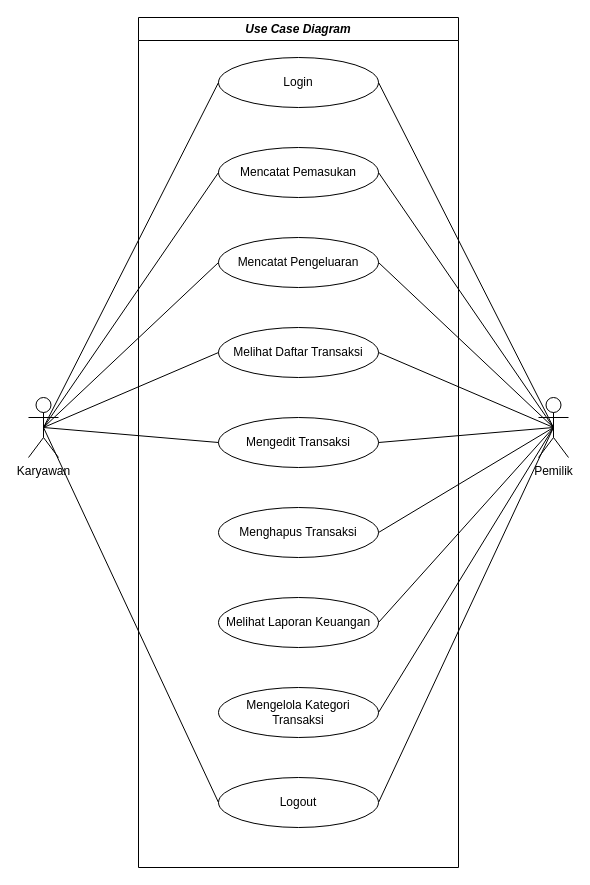
This is page "Use Case" (1 of 3) of Doc/UML/Untitled Diagram.drawio from gustitriprayoga/sistem-stok-barang-niskala, a draw.io file, before an edit. Source tidied: cells renumbered, new cells numbered last; positions are measured from the earlier drawing's top-left corner, leaving out a move shared by most shapes. Both pictures are drawn from the tidied source at 100%, with x=0, y=0 at pixel (28, 17).
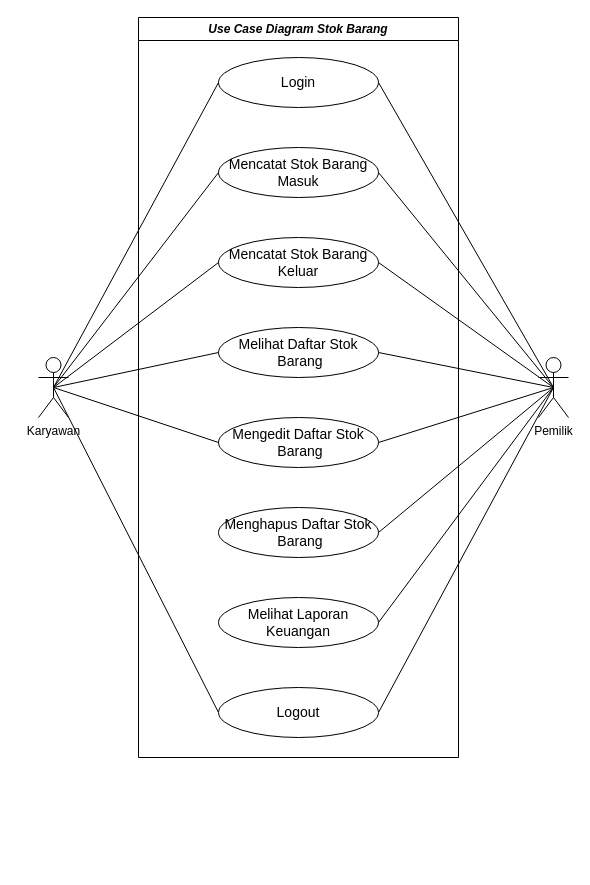
The same page after the edit.

What changed in the source:
```diff
@@
-    <mxCell id="2" value="Login" style="ellipse;whiteSpace=wrap;html=1;" parent="1" vertex="1">
+    <mxCell id="2" value="Login" style="ellipse;whiteSpace=wrap;html=1;fontSize=14;" parent="1" vertex="1">
       <mxGeometry x="190" y="40" width="160" height="50" as="geometry" />
     </mxCell>
-    <mxCell id="3" value="Mencatat Pemasukan" style="ellipse;whiteSpace=wrap;html=1;" parent="1" vertex="1">
+    <mxCell id="3" value="Mencatat Stok Barang&lt;div&gt;Masuk&lt;/div&gt;" style="ellipse;whiteSpace=wrap;html=1;fontSize=14;" parent="1" vertex="1">
       <mxGeometry x="190" y="130" width="160" height="50" as="geometry" />
     </mxCell>
-    <mxCell id="4" value="Mencatat Pengeluaran" style="ellipse;whiteSpace=wrap;html=1;" parent="1" vertex="1">
+    <mxCell id="4" value="Mencatat Stok Barang&lt;div&gt;Keluar&lt;/div&gt;" style="ellipse;whiteSpace=wrap;html=1;fontSize=14;" parent="1" vertex="1">
       <mxGeometry x="190" y="220" width="160" height="50" as="geometry" />
     </mxCell>
-    <mxCell id="5" value="Melihat Daftar Transaksi" style="ellipse;whiteSpace=wrap;html=1;" parent="1" vertex="1">
+    <mxCell id="5" value="Melihat Daftar Stok&lt;div&gt;&amp;nbsp;Barang&lt;/div&gt;" style="ellipse;whiteSpace=wrap;html=1;fontSize=14;" parent="1" vertex="1">
       <mxGeometry x="190" y="310" width="160" height="50" as="geometry" />
     </mxCell>
-    <mxCell id="6" value="Mengedit Transaksi" style="ellipse;whiteSpace=wrap;html=1;" parent="1" vertex="1">
+    <mxCell id="6" value="Mengedit Daftar Stok&lt;div&gt;&amp;nbsp;Barang&lt;/div&gt;" style="ellipse;whiteSpace=wrap;html=1;fontSize=14;" parent="1" vertex="1">
       <mxGeometry x="190" y="400" width="160" height="50" as="geometry" />
     </mxCell>
-    <mxCell id="7" value="Menghapus Transaksi" style="ellipse;whiteSpace=wrap;html=1;" parent="1" vertex="1">
+    <mxCell id="7" value="Menghapus Daftar Stok&lt;div&gt;&amp;nbsp;Barang&lt;/div&gt;" style="ellipse;whiteSpace=wrap;html=1;fontSize=14;" parent="1" vertex="1">
       <mxGeometry x="190" y="490" width="160" height="50" as="geometry" />
     </mxCell>
-    <mxCell id="8" value="Melihat Laporan Keuangan" style="ellipse;whiteSpace=wrap;html=1;" parent="1" vertex="1">
+    <mxCell id="8" value="Melihat Laporan Keuangan" style="ellipse;whiteSpace=wrap;html=1;fontSize=14;" parent="1" vertex="1">
       <mxGeometry x="190" y="580" width="160" height="50" as="geometry" />
     </mxCell>
-    <mxCell id="9" value="Mengelola Kategori Transaksi" style="ellipse;whiteSpace=wrap;html=1;" parent="1" vertex="1">
-      <mxGeometry x="190" y="670" width="160" height="50" as="geometry" />
-    </mxCell>
@@
     <mxCell id="16" value="Karyawan" style="shape=umlActor;verticalLabelPosition=bottom;verticalAlign=top;html=1;outlineConnect=0;" parent="1" vertex="1">
-      <mxGeometry y="380" width="30" height="60" as="geometry" />
+      <mxGeometry x="10" y="340" width="30" height="60" as="geometry" />
     </mxCell>
@@
-    <mxCell id="24" style="rounded=0;jettySize=auto;html=1;exitX=0.5;exitY=0.5;exitDx=0;exitDy=0;exitPerimeter=0;entryX=1;entryY=0.5;entryDx=0;entryDy=0;endArrow=none;startFill=0;" parent="1" edge="1" source="26" target="9">
-      <mxGeometry relative="1" as="geometry" />
-    </mxCell>
@@
     <mxCell id="26" value="Pemilik" style="shape=umlActor;verticalLabelPosition=bottom;verticalAlign=top;html=1;outlineConnect=0;" parent="1" vertex="1">
-      <mxGeometry x="510" y="380" width="30" height="60" as="geometry" />
+      <mxGeometry x="510" y="340" width="30" height="60" as="geometry" />
     </mxCell>
-    <mxCell id="27" value="&lt;i&gt;Use Case Diagram&lt;/i&gt;" style="swimlane;whiteSpace=wrap;html=1;startSize=23;" parent="1" vertex="1">
-      <mxGeometry x="110" width="320" height="850" as="geometry" />
+    <mxCell id="27" value="&lt;i&gt;Use Case Diagram Stok Barang&lt;/i&gt;" style="swimlane;whiteSpace=wrap;html=1;startSize=23;" parent="1" vertex="1">
+      <mxGeometry x="110" width="320" height="740" as="geometry" />
     </mxCell>
-    <mxCell id="28" value="Logout" style="ellipse;whiteSpace=wrap;html=1;" parent="27" vertex="1">
-      <mxGeometry x="80" y="760" width="160" height="50" as="geometry" />
+    <mxCell id="28" value="Logout" style="ellipse;whiteSpace=wrap;html=1;fontSize=14;" parent="27" vertex="1">
+      <mxGeometry x="80" y="670" width="160" height="50" as="geometry" />
     </mxCell>
```
